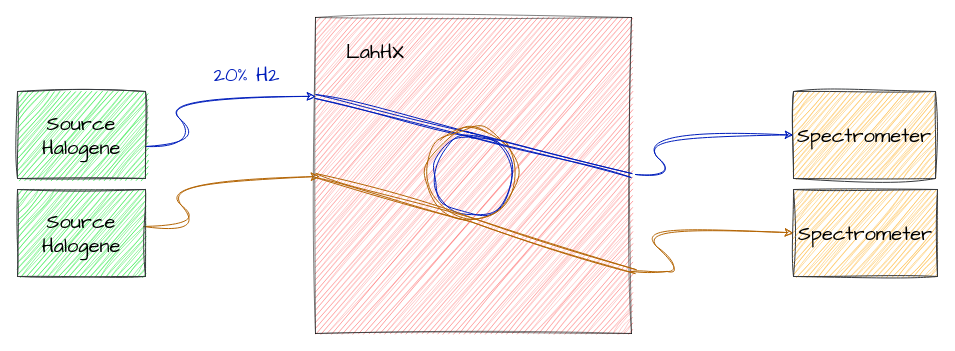
666creeping666death/C-code keeps this draw.io diagram as RIA2.drawio. Above is the earlier version. Source tidied: cells renumbered, new cells numbered last; positions are measured from the earlier drawing's top-left corner, leaving out a move shared by most shapes. Both pictures are drawn from the tidied source at 100%, with x=0, y=0 at pixel (17, 17).
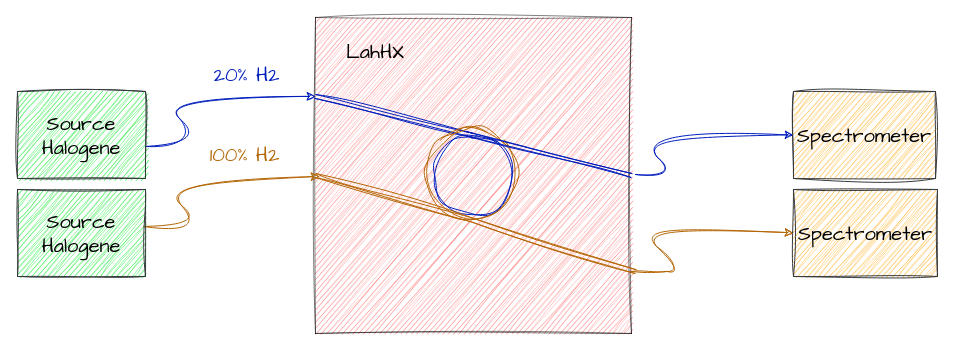
The same page after the edit.

Diff of the diagram source:
```diff
@@
+    <mxCell id="19" value="&lt;div&gt;&lt;font color=&quot;#b46504&quot;&gt;100% H2&lt;/font&gt;&lt;br&gt;&lt;/div&gt;" style="text;html=1;strokeColor=none;fillColor=none;align=center;verticalAlign=middle;whiteSpace=wrap;rounded=0;fontSize=20;fontFamily=Architects Daughter;" parent="1" vertex="1">
+      <mxGeometry x="182" y="120" width="90.5" height="34" as="geometry" />
+    </mxCell>
```
